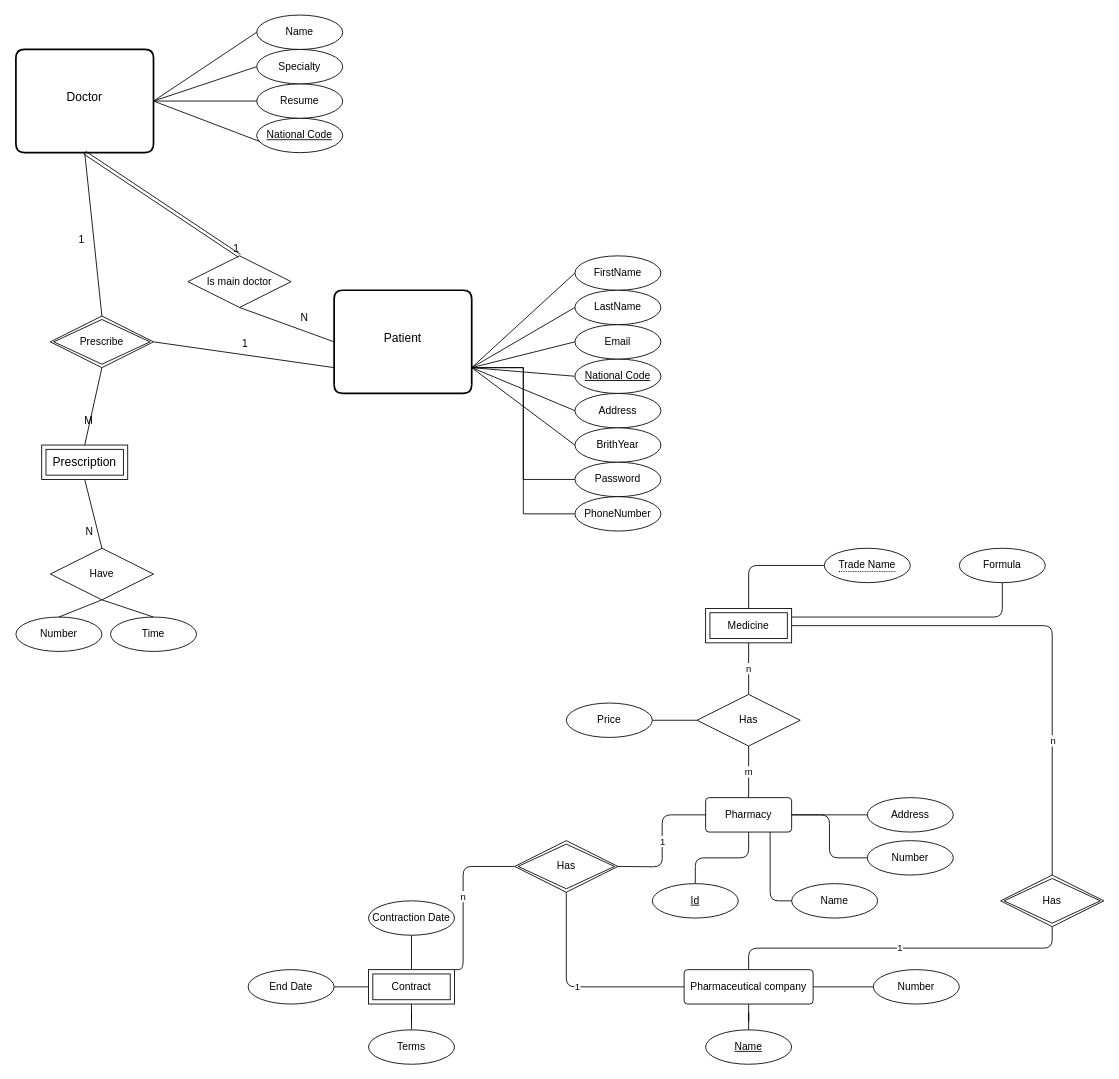
yasharzb/Health-Management keeps this draw.io diagram as Untitled Diagram.drawio. Above is the earlier version. Source tidied: cells renumbered, new cells numbered last; positions are measured from the earlier drawing's top-left corner, leaving out a move shared by most shapes. Both pictures are drawn from the tidied source at 86%, with x=0, y=0 at pixel (15, 15).
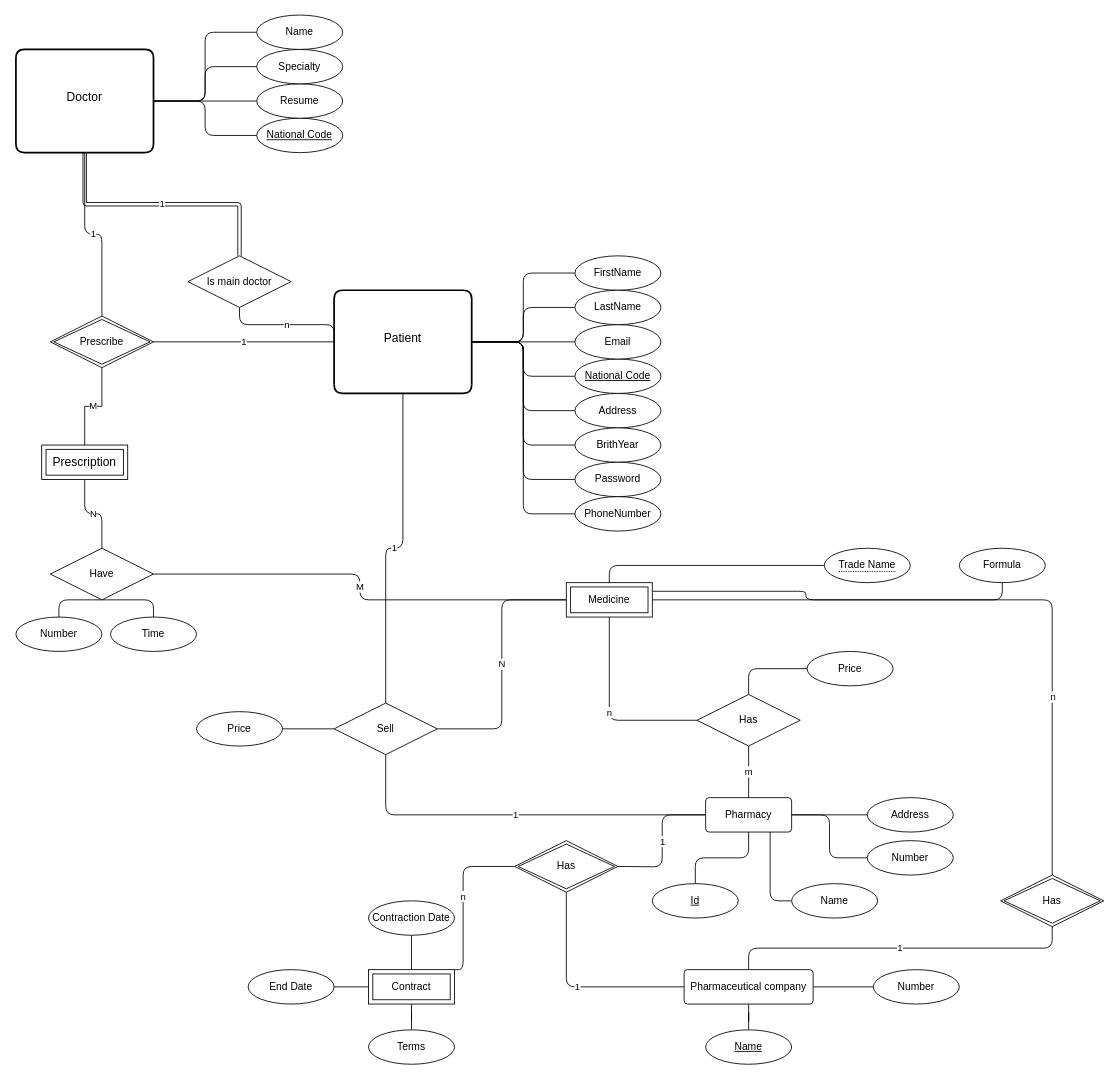
The same diagram, later.

Commit message:
Add Medicine relations of Perception and Patient

Unchanged cells that the change refers to:
```xml
<mxCell id="2" value="Doctor" style="swimlane;horizontal=1;startSize=110;rounded=1;fontSize=14;fontStyle=0;strokeWidth=2;shadow=0;dashed=0;align=center;swimlaneLine=0;" parent="1" vertex="1">
  <mxGeometry y="40" width="160" height="120" as="geometry" />
</mxCell>
<mxCell id="5" value="Patient" style="swimlane;horizontal=1;startSize=110;rounded=1;fontSize=14;fontStyle=0;strokeWidth=2;shadow=0;dashed=0;align=center;swimlaneLine=0;" parent="1" vertex="1">
  <mxGeometry x="370" y="320" width="160" height="120" as="geometry" />
</mxCell>
<mxCell id="6" value="National Code" style="ellipse;whiteSpace=wrap;html=1;align=center;fontStyle=4;" parent="1" vertex="1">
  <mxGeometry x="650" y="400" width="100" height="40" as="geometry" />
</mxCell>
<mxCell id="7" value="FirstName" style="ellipse;whiteSpace=wrap;html=1;align=center;" parent="1" vertex="1">
  <mxGeometry x="650" y="280" width="100" height="40" as="geometry" />
</mxCell>
<mxCell id="8" value="Address" style="ellipse;whiteSpace=wrap;html=1;align=center;" parent="1" vertex="1">
  <mxGeometry x="650" y="440" width="100" height="40" as="geometry" />
</mxCell>
<mxCell id="10" value="Email" style="ellipse;whiteSpace=wrap;html=1;align=center;" parent="1" vertex="1">
  <mxGeometry x="650" y="360" width="100" height="40" as="geometry" />
</mxCell>
<mxCell id="11" value="LastName" style="ellipse;whiteSpace=wrap;html=1;align=center;" parent="1" vertex="1">
  <mxGeometry x="650" y="320" width="100" height="40" as="geometry" />
</mxCell>
<mxCell id="12" value="BrithYear" style="ellipse;whiteSpace=wrap;html=1;align=center;" parent="1" vertex="1">
  <mxGeometry x="650" y="480" width="100" height="40" as="geometry" />
</mxCell>
<mxCell id="19" value="National Code" style="ellipse;whiteSpace=wrap;html=1;align=center;fontStyle=4;" parent="1" vertex="1">
  <mxGeometry x="280" y="120" width="100" height="40" as="geometry" />
</mxCell>
<mxCell id="20" value="Name" style="ellipse;whiteSpace=wrap;html=1;align=center;" parent="1" vertex="1">
  <mxGeometry x="280" width="100" height="40" as="geometry" />
</mxCell>
<mxCell id="22" value="Resume" style="ellipse;whiteSpace=wrap;html=1;align=center;" parent="1" vertex="1">
  <mxGeometry x="280" y="80" width="100" height="40" as="geometry" />
</mxCell>
<mxCell id="23" value="Specialty" style="ellipse;whiteSpace=wrap;html=1;align=center;" parent="1" vertex="1">
  <mxGeometry x="280" y="40" width="100" height="40" as="geometry" />
</mxCell>
<mxCell id="28" value="Is&amp;nbsp;main doctor" style="shape=rhombus;perimeter=rhombusPerimeter;whiteSpace=wrap;html=1;align=center;" parent="1" vertex="1">
  <mxGeometry x="200" y="280" width="120" height="60" as="geometry" />
</mxCell>
<mxCell id="42" value="Prescribe" style="shape=rhombus;double=1;perimeter=rhombusPerimeter;whiteSpace=wrap;html=1;align=center;" parent="1" vertex="1">
  <mxGeometry x="40" y="350" width="120" height="60" as="geometry" />
</mxCell>
<mxCell id="43" value="Number" style="ellipse;whiteSpace=wrap;html=1;align=center;rounded=1;shadow=0;glass=0;sketch=0;strokeColor=#000000;gradientColor=none;" parent="1" vertex="1">
  <mxGeometry y="700" width="100" height="40" as="geometry" />
</mxCell>
<mxCell id="61" value="Pharmacy" style="rounded=1;arcSize=10;whiteSpace=wrap;html=1;align=center;" parent="1" vertex="1">
  <mxGeometry x="802" y="910" width="100" height="40" as="geometry" />
</mxCell>
<mxCell id="71" value="Password" style="ellipse;whiteSpace=wrap;html=1;align=center;" parent="1" vertex="1">
  <mxGeometry x="650" y="520" width="100" height="40" as="geometry" />
</mxCell>
<mxCell id="72" value="PhoneNumber" style="ellipse;whiteSpace=wrap;html=1;align=center;" parent="1" vertex="1">
  <mxGeometry x="650" y="560" width="100" height="40" as="geometry" />
</mxCell>
<mxCell id="73" value="&lt;span style=&quot;font-size: 14px&quot;&gt;Prescription&lt;/span&gt;" style="shape=ext;margin=3;double=1;whiteSpace=wrap;html=1;align=center;" parent="1" vertex="1">
  <mxGeometry x="30" y="500" width="100" height="40" as="geometry" />
</mxCell>
```

Diff of the diagram source:
```diff
@@
+    <mxCell id="45" value="1" style="edgeStyle=orthogonalEdgeStyle;rounded=1;jettySize=auto;html=1;exitX=0.5;exitY=1;exitDx=0;exitDy=0;entryX=0.5;entryY=0;entryDx=0;entryDy=0;endArrow=none;endFill=0;shape=link;" parent="1" edge="1" source="2" target="28">
+      <mxGeometry relative="1" as="geometry" />
+    </mxCell>
+    <mxCell id="31" value="1" style="edgeStyle=orthogonalEdgeStyle;rounded=1;jettySize=auto;html=1;exitX=0.5;exitY=1;exitDx=0;exitDy=0;entryX=0.5;entryY=0;entryDx=0;entryDy=0;endArrow=none;endFill=0;" parent="1" edge="1" source="2" target="42">
+      <mxGeometry relative="1" as="geometry" />
+    </mxCell>
+    <mxCell id="24" style="edgeStyle=orthogonalEdgeStyle;rounded=1;jettySize=auto;html=1;exitX=1;exitY=0.5;exitDx=0;exitDy=0;entryX=0;entryY=0.5;entryDx=0;entryDy=0;endArrow=none;endFill=0;" parent="1" edge="1" source="2" target="20">
+      <mxGeometry relative="1" as="geometry" />
+    </mxCell>
@@
-    <mxCell id="3" style="edgeStyle=orthogonalEdgeStyle;rounded=0;jettySize=auto;html=1;exitX=1;exitY=0.75;exitDx=0;exitDy=0;entryX=0;entryY=0.5;entryDx=0;entryDy=0;endArrow=none;endFill=0;" parent="1" edge="1" source="5" target="71">
-      <mxGeometry relative="1" as="geometry" />
-    </mxCell>
-    <mxCell id="4" style="edgeStyle=orthogonalEdgeStyle;rounded=0;jettySize=auto;html=1;exitX=1;exitY=0.75;exitDx=0;exitDy=0;entryX=0;entryY=0.5;entryDx=0;entryDy=0;endArrow=none;endFill=0;" parent="1" edge="1" source="5" target="72">
-      <mxGeometry relative="1" as="geometry" />
-    </mxCell>
+    <mxCell id="89" value="1" style="edgeStyle=orthogonalEdgeStyle;rounded=1;jettySize=auto;html=1;exitX=0.5;exitY=1;exitDx=0;exitDy=0;entryX=0.5;entryY=0;entryDx=0;entryDy=0;endArrow=none;endFill=0;" parent="1" edge="1" source="5" target="103">
+      <mxGeometry relative="1" as="geometry" />
+    </mxCell>
@@
+    <mxCell id="90" style="edgeStyle=orthogonalEdgeStyle;rounded=1;jettySize=auto;html=1;exitX=0;exitY=0.5;exitDx=0;exitDy=0;entryX=1;entryY=0.5;entryDx=0;entryDy=0;endArrow=none;endFill=0;" parent="1" edge="1" source="6" target="5">
+      <mxGeometry relative="1" as="geometry" />
+    </mxCell>
@@
+    <mxCell id="91" style="edgeStyle=orthogonalEdgeStyle;rounded=1;jettySize=auto;html=1;exitX=0;exitY=0.5;exitDx=0;exitDy=0;entryX=1;entryY=0.5;entryDx=0;entryDy=0;endArrow=none;endFill=0;" parent="1" edge="1" source="7" target="5">
+      <mxGeometry relative="1" as="geometry" />
+    </mxCell>
@@
+    <mxCell id="92" style="edgeStyle=orthogonalEdgeStyle;rounded=1;jettySize=auto;html=1;exitX=0;exitY=0.5;exitDx=0;exitDy=0;endArrow=none;endFill=0;" parent="1" edge="1" source="8" target="5">
+      <mxGeometry relative="1" as="geometry" />
+    </mxCell>
@@
-    <mxCell id="9" style="edgeStyle=orthogonalEdgeStyle;rounded=0;jettySize=auto;html=1;exitX=0;exitY=0.5;exitDx=0;exitDy=0;entryX=1;entryY=0.5;entryDx=0;entryDy=0;strokeColor=none;" parent="1" edge="1" source="10" target="5">
+    <mxCell id="9" style="edgeStyle=orthogonalEdgeStyle;rounded=1;jettySize=auto;html=1;exitX=0;exitY=0.5;exitDx=0;exitDy=0;entryX=1;entryY=0.5;entryDx=0;entryDy=0;endArrow=none;endFill=0;" parent="1" edge="1" source="10" target="5">
       <mxGeometry relative="1" as="geometry" />
     </mxCell>
@@
+    <mxCell id="14" style="edgeStyle=orthogonalEdgeStyle;rounded=1;jettySize=auto;html=1;exitX=0;exitY=0.5;exitDx=0;exitDy=0;entryX=1;entryY=0.5;entryDx=0;entryDy=0;endArrow=none;endFill=0;" parent="1" edge="1" source="11" target="5">
+      <mxGeometry relative="1" as="geometry" />
+    </mxCell>
@@
+    <mxCell id="93" style="edgeStyle=orthogonalEdgeStyle;rounded=1;jettySize=auto;html=1;exitX=0;exitY=0.5;exitDx=0;exitDy=0;entryX=1;entryY=0.5;entryDx=0;entryDy=0;endArrow=none;endFill=0;" parent="1" edge="1" source="12" target="5">
+      <mxGeometry relative="1" as="geometry" />
+    </mxCell>
@@
-    <mxCell id="13" style="endArrow=none;html=1;strokeColor=#000000;entryX=0;entryY=0.5;entryDx=0;entryDy=0;exitX=1;exitY=0.75;exitDx=0;exitDy=0;" parent="1" edge="1" source="5" target="7">
-      <mxGeometry relative="1" as="geometry" />
-    </mxCell>
-    <mxCell id="14" style="endArrow=none;html=1;strokeColor=#000000;entryX=1;entryY=0.75;entryDx=0;entryDy=0;exitX=0;exitY=0.5;exitDx=0;exitDy=0;" parent="1" edge="1" source="11" target="5">
-      <mxGeometry relative="1" as="geometry" />
-    </mxCell>
-    <mxCell id="15" style="endArrow=none;html=1;strokeColor=#000000;exitX=1;exitY=0.75;exitDx=0;exitDy=0;entryX=0;entryY=0.5;entryDx=0;entryDy=0;" parent="1" edge="1" source="5" target="10">
-      <mxGeometry relative="1" as="geometry" />
-    </mxCell>
-    <mxCell id="16" style="endArrow=none;html=1;strokeColor=#000000;entryX=0;entryY=0.5;entryDx=0;entryDy=0;exitX=1;exitY=0.75;exitDx=0;exitDy=0;" parent="1" edge="1" source="5" target="6">
-      <mxGeometry relative="1" as="geometry" />
-    </mxCell>
-    <mxCell id="17" style="endArrow=none;html=1;strokeColor=#000000;exitX=1;exitY=0.75;exitDx=0;exitDy=0;entryX=0;entryY=0.5;entryDx=0;entryDy=0;" parent="1" edge="1" source="5" target="12">
-      <mxGeometry relative="1" as="geometry" />
-    </mxCell>
-    <mxCell id="18" style="endArrow=none;html=1;strokeColor=#000000;exitX=1;exitY=0.75;exitDx=0;exitDy=0;entryX=0;entryY=0.5;entryDx=0;entryDy=0;" parent="1" edge="1" source="5" target="8">
-      <mxGeometry relative="1" as="geometry" />
-    </mxCell>
+    <mxCell id="94" style="edgeStyle=orthogonalEdgeStyle;rounded=1;jettySize=auto;html=1;exitX=0;exitY=0.5;exitDx=0;exitDy=0;entryX=1;entryY=0.5;entryDx=0;entryDy=0;endArrow=none;endFill=0;" parent="1" edge="1" source="19" target="2">
+      <mxGeometry relative="1" as="geometry" />
+    </mxCell>
@@
+    <mxCell id="95" style="edgeStyle=orthogonalEdgeStyle;rounded=1;jettySize=auto;html=1;exitX=0;exitY=0.5;exitDx=0;exitDy=0;entryX=1;entryY=0.5;entryDx=0;entryDy=0;endArrow=none;endFill=0;" parent="1" edge="1" source="22" target="2">
+      <mxGeometry relative="1" as="geometry" />
+    </mxCell>
@@
+    <mxCell id="25" style="edgeStyle=orthogonalEdgeStyle;rounded=1;jettySize=auto;html=1;exitX=0;exitY=0.5;exitDx=0;exitDy=0;entryX=1;entryY=0.5;entryDx=0;entryDy=0;endArrow=none;endFill=0;" parent="1" edge="1" source="23" target="2">
+      <mxGeometry relative="1" as="geometry" />
+    </mxCell>
@@
-    <mxCell id="24" style="endArrow=none;html=1;strokeColor=#000000;entryX=0;entryY=0.5;entryDx=0;entryDy=0;exitX=1;exitY=0.5;exitDx=0;exitDy=0;" parent="1" edge="1" source="2" target="20">
-      <mxGeometry relative="1" as="geometry" />
-    </mxCell>
-    <mxCell id="25" style="endArrow=none;html=1;strokeColor=#000000;exitX=0;exitY=0.5;exitDx=0;exitDy=0;entryX=1;entryY=0.5;entryDx=0;entryDy=0;" parent="1" edge="1" source="23" target="2">
-      <mxGeometry relative="1" as="geometry" />
-    </mxCell>
-    <mxCell id="26" style="endArrow=none;html=1;strokeColor=#000000;exitX=1;exitY=0.5;exitDx=0;exitDy=0;" parent="1" edge="1" source="2" target="22">
-      <mxGeometry relative="1" as="geometry" />
-    </mxCell>
-    <mxCell id="27" style="endArrow=none;html=1;strokeColor=#000000;exitX=1;exitY=0.5;exitDx=0;exitDy=0;entryX=0.032;entryY=0.672;entryDx=0;entryDy=0;entryPerimeter=0;" parent="1" edge="1" source="2" target="19">
-      <mxGeometry relative="1" as="geometry" />
-    </mxCell>
+    <mxCell id="96" value="n" style="edgeStyle=orthogonalEdgeStyle;rounded=1;jettySize=auto;html=1;exitX=0.5;exitY=1;exitDx=0;exitDy=0;endArrow=none;endFill=0;" parent="1" edge="1" source="28">
+      <mxGeometry relative="1" as="geometry">
+        <mxPoint x="370" y="380" as="targetPoint" />
+      </mxGeometry>
+    </mxCell>
@@
-    <mxCell id="29" style="endArrow=none;html=1;rounded=0;strokeColor=#000000;entryX=0;entryY=0.5;entryDx=0;entryDy=0;exitX=0.5;exitY=1;exitDx=0;exitDy=0;" parent="1" edge="1" source="28" target="5">
-      <mxGeometry relative="1" as="geometry" />
-    </mxCell>
-    <mxCell id="30" value="N" style="html=1;align=right;verticalAlign=bottom;" parent="29" vertex="1">
-      <mxGeometry x="1" relative="1" as="geometry">
-        <mxPoint x="-29.9" y="-20" as="offset" />
-      </mxGeometry>
-    </mxCell>
-    <mxCell id="31" style="endArrow=none;html=1;rounded=0;strokeColor=#000000;exitX=0.5;exitY=1;exitDx=0;exitDy=0;entryX=0.5;entryY=0;entryDx=0;entryDy=0;" parent="1" edge="1" source="2" target="42">
-      <mxGeometry relative="1" as="geometry" />
-    </mxCell>
-    <mxCell id="32" value="1" style="html=1;align=right;verticalAlign=bottom;" parent="31" vertex="1">
-      <mxGeometry x="1" relative="1" as="geometry">
-        <mxPoint x="-20" y="-80.1" as="offset" />
-      </mxGeometry>
-    </mxCell>
+    <mxCell id="37" value="Time" style="ellipse;whiteSpace=wrap;html=1;align=center;" parent="1" vertex="1">
+      <mxGeometry x="110" y="700" width="100" height="40" as="geometry" />
+    </mxCell>
+    <mxCell id="97" style="edgeStyle=orthogonalEdgeStyle;rounded=1;jettySize=auto;html=1;exitX=0.5;exitY=0;exitDx=0;exitDy=0;entryX=0.5;entryY=0;entryDx=0;entryDy=0;endArrow=none;endFill=0;" parent="1" edge="1" source="43" target="37">
+      <mxGeometry relative="1" as="geometry" />
+    </mxCell>
+    <mxCell id="98" value="M" style="edgeStyle=orthogonalEdgeStyle;rounded=1;jettySize=auto;html=1;exitX=1;exitY=0.5;exitDx=0;exitDy=0;entryX=0;entryY=0.5;entryDx=0;entryDy=0;endArrow=none;endFill=0;" parent="1" edge="1" source="39" target="80">
+      <mxGeometry relative="1" as="geometry" />
+    </mxCell>
+    <mxCell id="39" value="Have" style="shape=rhombus;perimeter=rhombusPerimeter;whiteSpace=wrap;html=1;align=center;" parent="1" vertex="1">
+      <mxGeometry x="40" y="620" width="120" height="60" as="geometry" />
+    </mxCell>
+    <mxCell id="35" value="M" style="edgeStyle=orthogonalEdgeStyle;rounded=0;jettySize=auto;html=1;exitX=0.5;exitY=1;exitDx=0;exitDy=0;entryX=0.5;entryY=0;entryDx=0;entryDy=0;endArrow=none;endFill=0;" parent="1" edge="1" source="42" target="73">
+      <mxGeometry relative="1" as="geometry" />
+    </mxCell>
-    <mxCell id="33" style="endArrow=none;html=1;rounded=0;strokeColor=#000000;entryX=0;entryY=0.75;entryDx=0;entryDy=0;exitX=1;exitY=0.5;exitDx=0;exitDy=0;" parent="1" edge="1" source="42" target="5">
+    <mxCell id="33" value="1" style="edgeStyle=orthogonalEdgeStyle;rounded=1;jettySize=auto;html=1;exitX=1;exitY=0.5;exitDx=0;exitDy=0;entryX=0;entryY=0.5;entryDx=0;entryDy=0;endArrow=none;endFill=0;" parent="1" edge="1" source="42" target="5">
       <mxGeometry relative="1" as="geometry" />
     </mxCell>
-    <mxCell id="34" value="1" style="html=1;align=right;verticalAlign=bottom;" parent="33" vertex="1">
-      <mxGeometry x="1" relative="1" as="geometry">
-        <mxPoint x="-100.3" y="-20" as="offset" />
-      </mxGeometry>
-    </mxCell>
-    <mxCell id="35" style="endArrow=none;html=1;rounded=0;strokeColor=#000000;exitX=0.5;exitY=1;exitDx=0;exitDy=0;entryX=0.5;entryY=0;entryDx=0;entryDy=0;" parent="1" edge="1" source="42" target="73">
-      <mxGeometry relative="1" as="geometry" />
-    </mxCell>
-    <mxCell id="36" value="M" style="html=1;align=right;verticalAlign=bottom;" parent="35" vertex="1">
-      <mxGeometry x="1" relative="1" as="geometry">
-        <mxPoint x="10.2" y="-20.3" as="offset" />
-      </mxGeometry>
-    </mxCell>
-    <mxCell id="37" value="Time" style="ellipse;whiteSpace=wrap;html=1;align=center;" parent="1" vertex="1">
-      <mxGeometry x="110" y="700" width="100" height="40" as="geometry" />
-    </mxCell>
-    <mxCell id="38" style="endArrow=none;html=1;rounded=0;strokeColor=#000000;exitX=0.5;exitY=1;exitDx=0;exitDy=0;entryX=0.5;entryY=0;entryDx=0;entryDy=0;" parent="1" edge="1" source="39" target="37">
-      <mxGeometry relative="1" as="geometry" />
-    </mxCell>
-    <mxCell id="39" value="Have" style="shape=rhombus;perimeter=rhombusPerimeter;whiteSpace=wrap;html=1;align=center;" parent="1" vertex="1">
-      <mxGeometry x="40" y="620" width="120" height="60" as="geometry" />
-    </mxCell>
-    <mxCell id="40" style="endArrow=none;html=1;rounded=0;strokeColor=#000000;exitX=0.5;exitY=1;exitDx=0;exitDy=0;entryX=0.5;entryY=0;entryDx=0;entryDy=0;" parent="1" edge="1" source="73" target="39">
-      <mxGeometry relative="1" as="geometry" />
-    </mxCell>
-    <mxCell id="41" value="N" style="html=1;align=right;verticalAlign=bottom;" parent="40" vertex="1">
-      <mxGeometry x="1" relative="1" as="geometry">
-        <mxPoint x="-10.1" y="-10.1" as="offset" />
-      </mxGeometry>
-    </mxCell>
@@
-    <mxCell id="44" style="endArrow=none;html=1;rounded=0;strokeColor=#000000;exitX=0.5;exitY=1;exitDx=0;exitDy=0;entryX=0.5;entryY=0;entryDx=0;entryDy=0;" parent="1" edge="1" source="39" target="43">
-      <mxGeometry relative="1" as="geometry" />
-    </mxCell>
-    <mxCell id="45" style="shape=link;html=1;rounded=0;strokeColor=#000000;exitX=0.5;exitY=1;exitDx=0;exitDy=0;entryX=0.5;entryY=0;entryDx=0;entryDy=0;" parent="1" edge="1" source="2" target="28">
-      <mxGeometry relative="1" as="geometry" />
-    </mxCell>
-    <mxCell id="46" value="1" style="html=1;align=right;verticalAlign=bottom;" parent="45" vertex="1">
-      <mxGeometry x="1" relative="1" as="geometry" />
-    </mxCell>
@@
+    <mxCell id="99" value="1" style="edgeStyle=orthogonalEdgeStyle;rounded=1;jettySize=auto;html=1;exitX=0;exitY=0.5;exitDx=0;exitDy=0;entryX=0.5;entryY=1;entryDx=0;entryDy=0;endArrow=none;endFill=0;" parent="1" edge="1" source="61" target="103">
+      <mxGeometry relative="1" as="geometry" />
+    </mxCell>
@@
+    <mxCell id="100" style="edgeStyle=orthogonalEdgeStyle;rounded=1;jettySize=auto;html=1;exitX=0;exitY=0.5;exitDx=0;exitDy=0;entryX=1;entryY=0.5;entryDx=0;entryDy=0;endArrow=none;endFill=0;" parent="1" edge="1" source="71" target="5">
+      <mxGeometry relative="1" as="geometry" />
+    </mxCell>
@@
+    <mxCell id="101" style="edgeStyle=orthogonalEdgeStyle;rounded=1;jettySize=auto;html=1;exitX=0;exitY=0.5;exitDx=0;exitDy=0;entryX=1;entryY=0.5;entryDx=0;entryDy=0;endArrow=none;endFill=0;" parent="1" edge="1" source="72" target="5">
+      <mxGeometry relative="1" as="geometry" />
+    </mxCell>
@@
+    <mxCell id="40" value="N" style="edgeStyle=orthogonalEdgeStyle;rounded=1;jettySize=auto;html=1;exitX=0.5;exitY=1;exitDx=0;exitDy=0;entryX=0.5;entryY=0;entryDx=0;entryDy=0;endArrow=none;endFill=0;" parent="1" edge="1" source="73" target="39">
+      <mxGeometry relative="1" as="geometry" />
+    </mxCell>
@@
+    <mxCell id="102" value="N" style="edgeStyle=orthogonalEdgeStyle;rounded=1;jettySize=auto;html=1;exitX=0;exitY=0.5;exitDx=0;exitDy=0;entryX=1;entryY=0.5;entryDx=0;entryDy=0;endArrow=none;endFill=0;" parent="1" edge="1" source="80" target="103">
+      <mxGeometry relative="1" as="geometry" />
+    </mxCell>
     <mxCell id="80" value="Medicine" style="shape=ext;margin=3;double=1;whiteSpace=wrap;html=1;align=center;" parent="1" vertex="1">
-      <mxGeometry x="802" y="690" width="100" height="40" as="geometry" />
+      <mxGeometry x="640" y="660" width="100" height="40" as="geometry" />
     </mxCell>
@@
     <mxCell id="88" value="Price" style="ellipse;whiteSpace=wrap;html=1;align=center;" parent="1" vertex="1">
-      <mxGeometry x="640" y="800" width="100" height="40" as="geometry" />
+      <mxGeometry x="920" y="740" width="100" height="40" as="geometry" />
     </mxCell>
+    <mxCell id="103" value="Sell" style="shape=rhombus;perimeter=rhombusPerimeter;whiteSpace=wrap;html=1;align=center;" parent="1" vertex="1">
+      <mxGeometry x="370" y="800" width="120" height="60" as="geometry" />
+    </mxCell>
+    <mxCell id="104" style="edgeStyle=orthogonalEdgeStyle;rounded=1;jettySize=auto;html=1;exitX=1;exitY=0.5;exitDx=0;exitDy=0;entryX=0;entryY=0.5;entryDx=0;entryDy=0;endArrow=none;endFill=0;" parent="1" edge="1" source="105" target="103">
+      <mxGeometry relative="1" as="geometry" />
+    </mxCell>
+    <mxCell id="105" value="Price" style="ellipse;whiteSpace=wrap;html=1;align=center;" parent="1" vertex="1">
+      <mxGeometry x="210" y="810" width="100" height="40" as="geometry" />
+    </mxCell>
```
